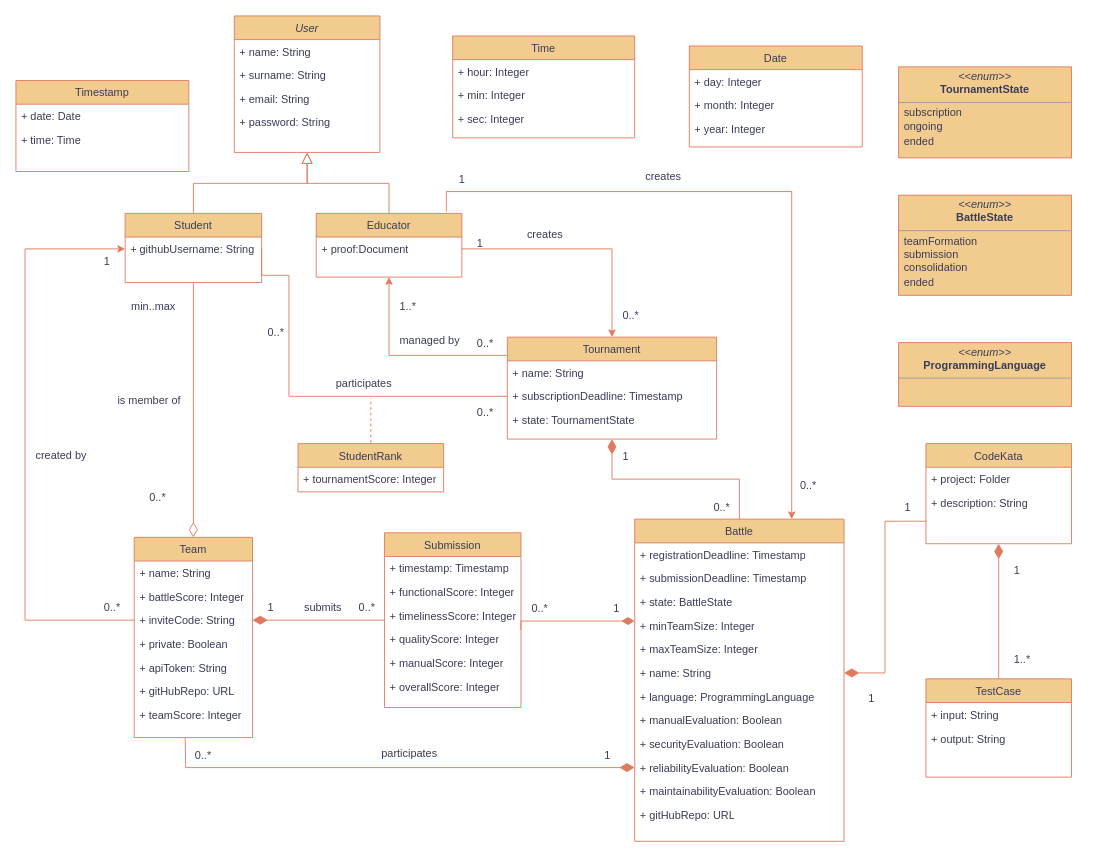
The draw.io diagram RASD/Diagrams/uml_v2.drawio in TommasoCapacci/SEII-2024-Capacci-Ginestroni, before the edit. Source tidied: cells renumbered, new cells numbered last; positions are measured from the earlier drawing's top-left corner, leaving out a move shared by most shapes. Both pictures are drawn from the tidied source at 91%, with x=0, y=0 at pixel (15, 15).
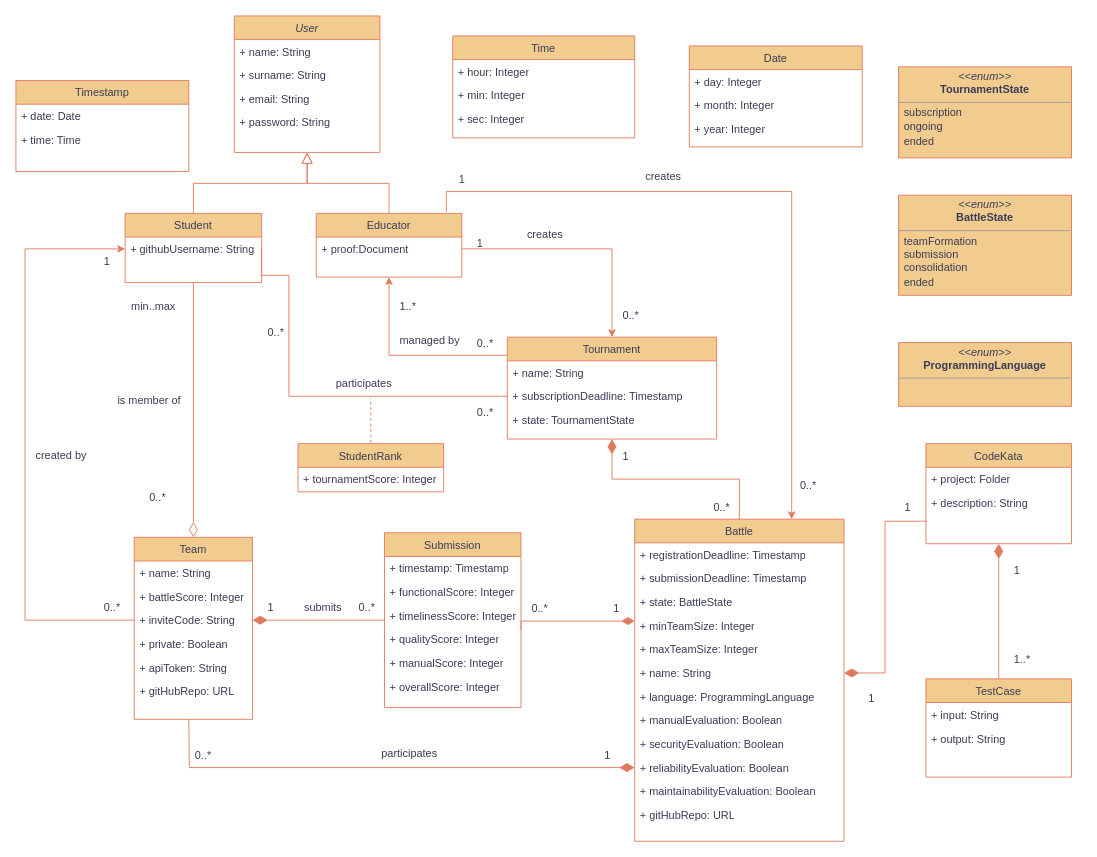
The same diagram, later.

Commit message (it also covers changes not shown here):
fixed uml team score

Unchanged cells that the change refers to:
```xml
<mxCell id="31" value="+ reliabilityEvaluation: Boolean" style="text;align=left;verticalAlign=top;spacingLeft=4;spacingRight=4;overflow=hidden;points=[[0,0.5],[1,0.5]];portConstraint=eastwest;rounded=0;shadow=0;html=0;labelBackgroundColor=none;whiteSpace=wrap;fontColor=#393C56;" parent="21" vertex="1">
  <mxGeometry y="260" width="230" height="26" as="geometry" />
</mxCell>
```

Change to the diagram source:
```diff
@@
     <mxCell id="39" value="Team" style="swimlane;fontStyle=0;align=center;verticalAlign=top;horizontal=1;startSize=26;rounded=0;shadow=0;strokeWidth=1;labelBackgroundColor=none;whiteSpace=wrap;fillColor=#F2CC8F;strokeColor=#E07A5F;fontColor=#393C56;" parent="1" vertex="1">
-      <mxGeometry x="130" y="573" width="130" height="220" as="geometry" />
+      <mxGeometry x="130" y="573" width="130" height="200" as="geometry" />
     </mxCell>
@@
-    <mxCell id="46" value="+ teamScore: Integer&#10;&#10;" style="text;align=left;verticalAlign=top;spacingLeft=4;spacingRight=4;overflow=hidden;labelBackgroundColor=none;rounded=0;whiteSpace=wrap;fontColor=#393C56;" parent="39" vertex="1">
-      <mxGeometry y="182" width="130" height="26" as="geometry" />
-    </mxCell>
@@
     <mxCell id="48" style="endArrow=diamondThin;html=1;rounded=0;entryX=0;entryY=0.5;entryDx=0;entryDy=0;endFill=1;strokeWidth=1;endSize=14;edgeStyle=orthogonalEdgeStyle;labelBackgroundColor=none;fontColor=default;strokeColor=#E07A5F;" parent="1" edge="1" target="31">
       <mxGeometry relative="1" as="geometry">
-        <mxPoint x="186" y="793" as="sourcePoint" />
+        <mxPoint x="190" y="773" as="sourcePoint" />
       </mxGeometry>
     </mxCell>
```
